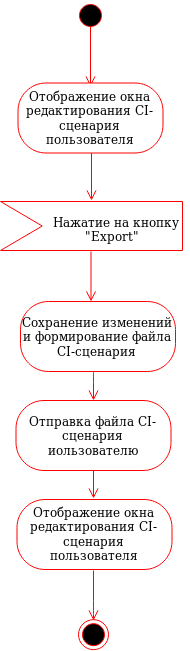
Earlier version of the draw.io export Diagrams/Activity/Export_CI.png (Andrew304/Visual-CI-Manager). Source tidied: cells renumbered, new cells last; positions are measured from the earlier drawing's top-left corner, leaving out a move shared by most shapes.
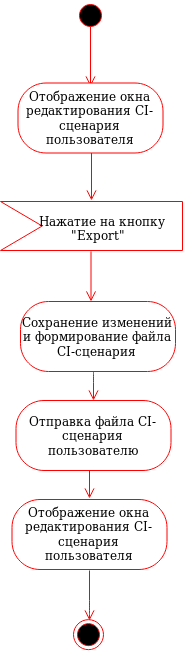
Later version of the same file.

Diff of the diagram source:
```diff
@@ -3,7 +3,7 @@
     <mxCell id="0" />
     <mxCell id="1" parent="0" />
     <mxCell id="2" style="ellipse;html=1;shape=endState;fillColor=#000000;strokeColor=#ff0000;" parent="1" vertex="1">
-      <mxGeometry x="78" y="619.2" width="30" height="30" as="geometry" />
+      <mxGeometry x="73" y="619.2" width="30" height="30" as="geometry" />
     </mxCell>
     <mxCell id="3" style="ellipse;html=1;shape=startState;fillColor=#000000;strokeColor=#ff0000;" parent="1" vertex="1">
       <mxGeometry x="75" width="30" height="30" as="geometry" />
@@ -33,7 +33,7 @@
       <mxGeometry y="201" width="182" height="49" as="geometry" />
     </mxCell>
     <mxCell id="8" value="&lt;div&gt;&amp;nbsp;&amp;nbsp; Нажатие на кнопку &lt;br&gt;&lt;/div&gt;&lt;div&gt;&amp;nbsp;&amp;nbsp;&amp;nbsp;&amp;nbsp;&amp;nbsp;&amp;nbsp;&amp;nbsp;&amp;nbsp;&amp;nbsp;&amp;nbsp; &quot;Export&quot;&lt;br&gt;&lt;/div&gt;" style="text;html=1;align=left;verticalAlign=top;spacingTop=-4;" parent="1" vertex="1">
-      <mxGeometry x="38.5" y="211.5" width="150" height="30" as="geometry" />
+      <mxGeometry x="25" y="210.5" width="150" height="30" as="geometry" />
     </mxCell>
     <mxCell id="9" value="Сохранение изменений и формирование файла CI-сценария" style="rounded=1;whiteSpace=wrap;html=1;arcSize=40;fontColor=#000000;fillColor=#FFFFFF;strokeColor=#ff0000;" parent="1" vertex="1">
       <mxGeometry x="20" y="301" width="155" height="70" as="geometry" />
@@ -52,26 +52,26 @@
     </mxCell>
     <mxCell id="12" style="edgeStyle=orthogonalEdgeStyle;html=1;verticalAlign=bottom;endArrow=open;endSize=8;strokeColor=#ff0000;" parent="1" edge="1">
       <mxGeometry relative="1" as="geometry">
-        <mxPoint x="93" y="570" as="sourcePoint" />
-        <mxPoint x="93" y="620" as="targetPoint" />
+        <mxPoint x="89" y="570" as="sourcePoint" />
+        <mxPoint x="89" y="620" as="targetPoint" />
         <Array as="points">
-          <mxPoint x="93" y="609" />
+          <mxPoint x="88" y="609" />
         </Array>
       </mxGeometry>
     </mxCell>
     <mxCell id="13" value="Отображение окна редактирования CI-сценария пользователя" style="rounded=1;whiteSpace=wrap;html=1;arcSize=40;fontColor=#000000;fillColor=#FFFFFF;strokeColor=#ff0000;" parent="1" vertex="1">
-      <mxGeometry x="16.5" y="499" width="155" height="70" as="geometry" />
+      <mxGeometry x="11.5" y="499" width="155" height="70" as="geometry" />
     </mxCell>
     <mxCell id="14" style="edgeStyle=orthogonalEdgeStyle;html=1;verticalAlign=bottom;endArrow=open;endSize=8;strokeColor=#ff0000;" parent="1" edge="1">
       <mxGeometry relative="1" as="geometry">
-        <mxPoint x="93" y="470" as="sourcePoint" />
-        <mxPoint x="93" y="498" as="targetPoint" />
+        <mxPoint x="89" y="470" as="sourcePoint" />
+        <mxPoint x="89" y="498" as="targetPoint" />
         <Array as="points">
-          <mxPoint x="93.5" y="470" />
+          <mxPoint x="88.5" y="470" />
         </Array>
       </mxGeometry>
     </mxCell>
-    <mxCell id="15" value="Отправка файла CI-сценария иользователю" style="rounded=1;whiteSpace=wrap;html=1;arcSize=40;fontColor=#000000;fillColor=#FFFFFF;strokeColor=#ff0000;" parent="1" vertex="1">
+    <mxCell id="15" value="Отправка файла CI-сценария пользователю" style="rounded=1;whiteSpace=wrap;html=1;arcSize=40;fontColor=#000000;fillColor=#FFFFFF;strokeColor=#ff0000;" parent="1" vertex="1">
       <mxGeometry x="15.5" y="400" width="155" height="70" as="geometry" />
     </mxCell>
   </root>
```
